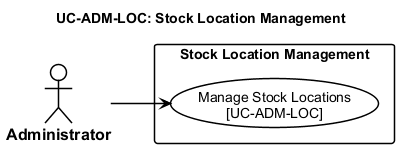
qingfa-dev/ReSys.Shop keeps this PlantUML diagram as thesis/figures/chapters/part2/ch2-design/02-use-cases/diagrams/P2S2.2.2_usecase-stock-location-management.png. Above is the earlier version. Its diagram source:
```plantuml
@startuml usecase-stock-location-management
left to right direction

<style>
  root {
    FontName "Arial"
    FontSize 14
    Shadowing 0
  }
  actor {
    BackGroundColor #FFFFFF
    LineColor #000000
    LineThickness 1.5
    FontColor #000000
    FontStyle bold
    FontSize 16
  }
  usecase {
    BackGroundColor #FFFFFF
    LineColor #000000
    LineThickness 1.5
    FontColor #000000
  }
  rectangle {
    BackGroundColor #FFFFFF
    LineColor #000000
    LineThickness 1.5
    FontStyle bold
  }
  arrow {
    LineColor #000000
    LineThickness 1.5
    FontSize 12
  }
</style>
title UC-ADM-LOC: Stock Location Management

actor "Administrator" as Admin

rectangle "Stock Location Management" {
  usecase "Manage Stock Locations\n[UC-ADM-LOC]" as UC_MAIN
}

Admin --> UC_MAIN

@enduml
```
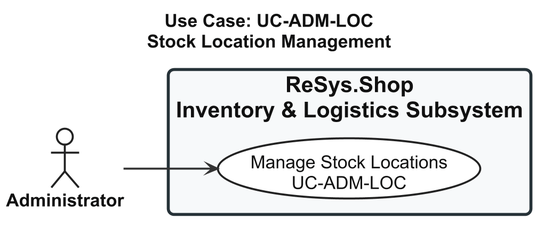
After the commit.

Change to the diagram source:
```diff
@@ -1,44 +1,69 @@
 @startuml usecase-stock-location-management
+
 left to right direction
 
+skinparam shadowing false
+skinparam dpi 180
+
 <style>
-  root {
-    FontName "Arial"
-    FontSize 14
-    Shadowing 0
-  }
-  actor {
-    BackGroundColor #FFFFFF
-    LineColor #000000
-    LineThickness 1.5
-    FontColor #000000
-    FontStyle bold
-    FontSize 16
-  }
-  usecase {
-    BackGroundColor #FFFFFF
-    LineColor #000000
-    LineThickness 1.5
-    FontColor #000000
-  }
-  rectangle {
-    BackGroundColor #FFFFFF
-    LineColor #000000
-    LineThickness 1.5
-    FontStyle bold
-  }
-  arrow {
-    LineColor #000000
-    LineThickness 1.5
-    FontSize 12
-  }
+
+root {
+  FontName "Arial"
+  FontSize 18
+  FontColor #111111
+}
+
+actor {
+  FontName "Arial"
+  FontSize 18
+  FontStyle bold
+  FontColor #111111
+  BackgroundColor #FFFFFF
+  LineColor #222222
+  LineThickness 2
+}
+
+usecase {
+  FontName "Arial"
+  FontSize 18
+  FontColor #111111
+  FontStyle plain
+  BackgroundColor #FFFFFF
+  LineColor #222222
+  LineThickness 2
+  Padding 20
+}
+
+rectangle {
+  FontName "Arial"
+  FontSize 22
+  FontStyle bold
+  FontColor #111111
+  BackgroundColor #F7F9FA
+  LineColor #263238
+  LineThickness 3
+  RoundCorner 12
+  Padding 30
+}
+
+arrow {
+  FontName "Arial"
+  FontSize 15
+  FontColor #111111
+  LineColor #333333
+  LineThickness 2
+}
+
 </style>
-title UC-ADM-LOC: Stock Location Management
+
+title Use Case: UC-ADM-LOC\nStock Location Management
 
 actor "Administrator" as Admin
 
-rectangle "Stock Location Management" {
-  usecase "Manage Stock Locations\n[UC-ADM-LOC]" as UC_MAIN
+rectangle "ReSys.Shop\nInventory & Logistics Subsystem" {
+
+  usecase "Manage Stock Locations\nUC-ADM-LOC" as UC_MAIN
+
 }
 
 Admin --> UC_MAIN
```
